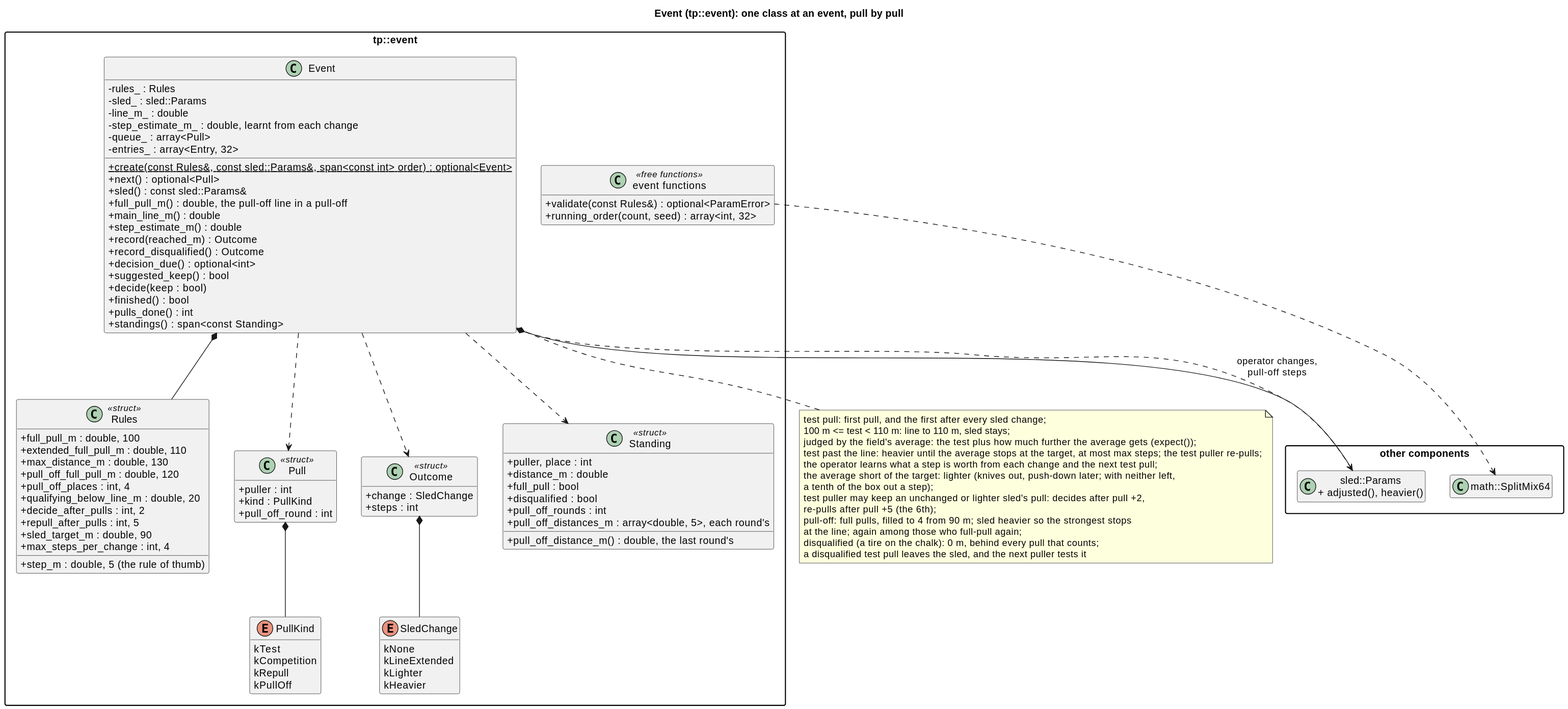
Before: docs/diagrams/svg/event_classes.svg, a diagram exported from PlantUML (wversteeg/TractorPulling).
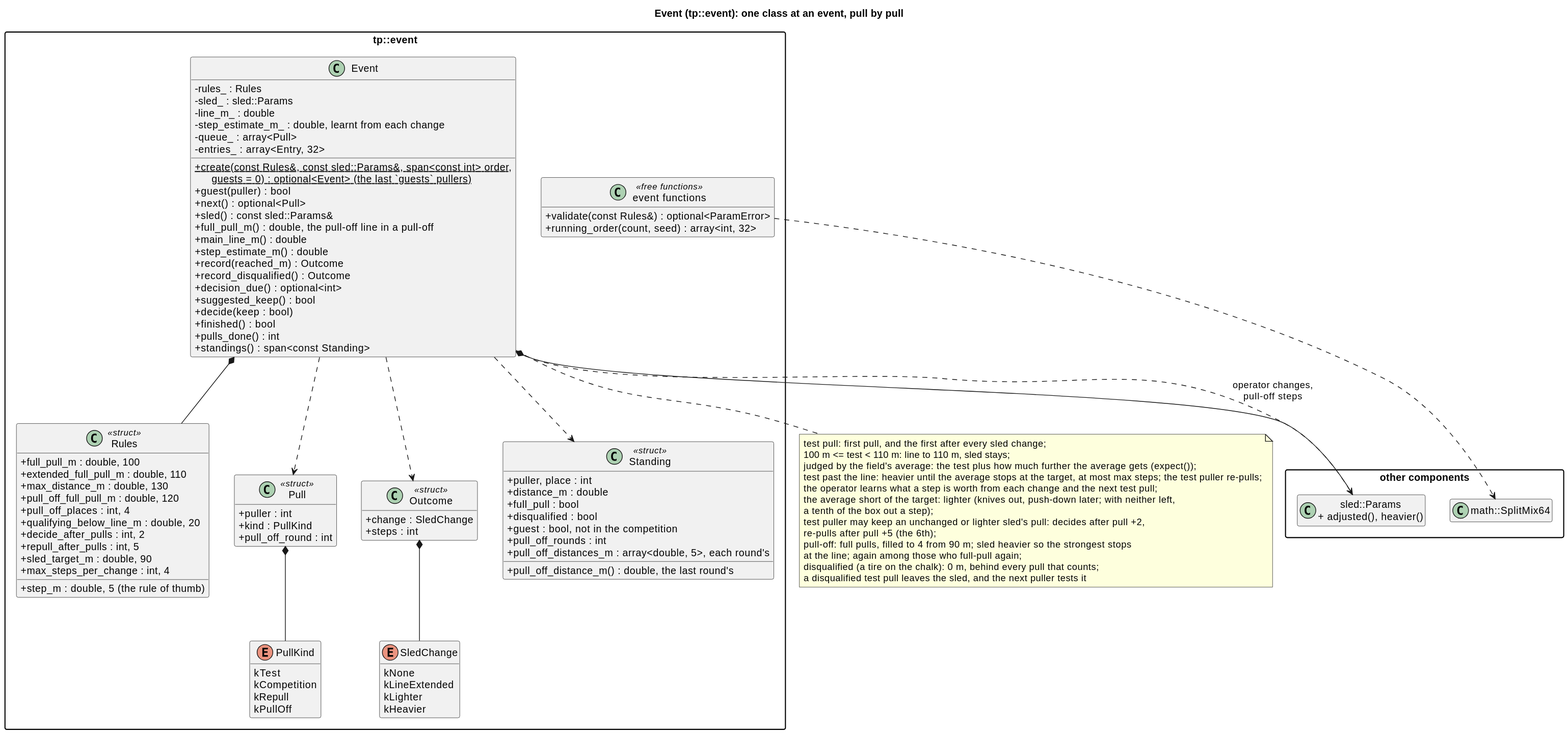
The same diagram one commit later.

Change to the diagram source:
```diff
@@ -49,6 +49,7 @@
     +distance_m : double
     +full_pull : bool
     +disqualified : bool
+    +guest : bool, not in the competition
     +pull_off_rounds : int
     +pull_off_distances_m : array<double, 5>, each round's
     +pull_off_distance_m() : double, the last round's
@@ -60,7 +61,8 @@
     -step_estimate_m_ : double, learnt from each change
     -queue_ : array<Pull>
     -entries_ : array<Entry, 32>
-    +{static} create(const Rules&, const sled::Params&, span<const int> order) : optional<Event>
+    +{static} create(const Rules&, const sled::Params&, span<const int> order,\n      guests = 0) : optional<Event> (the last `guests` pullers)
+    +guest(puller) : bool
     +next() : optional<Pull>
     +sled() : const sled::Params&
     +full_pull_m() : double, the pull-off line in a pull-off
```
